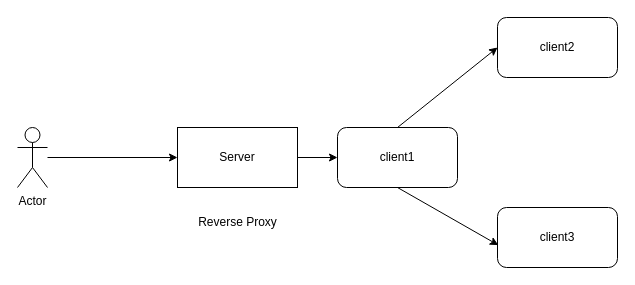
Above: page "Concept" (1 of 2) of design/concept.drawio in sku-golang-projects/reverse-proxy (draw.io), before the change. Source tidied: cells renumbered, new cells numbered last; positions are measured from the earlier drawing's top-left corner, leaving out a move shared by most shapes. Both pictures are drawn from the tidied source at 100%, with x=0, y=0 at pixel (17, 17).
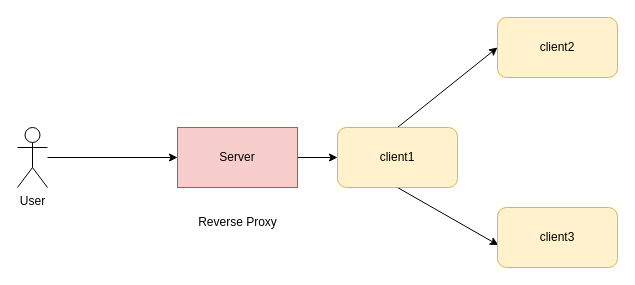
The same page after the edit.

The edit, as a diff of the source:
```diff
@@
 <mxGraphModel>
   <root>
     <mxCell id="0" />
     <mxCell id="1" parent="0" />
     <mxCell id="2" style="edgeStyle=none;html=1;entryX=0;entryY=0.5;entryDx=0;entryDy=0;exitX=0.5;exitY=0;exitDx=0;exitDy=0;" parent="1" edge="1" source="11" target="6">
       <mxGeometry relative="1" as="geometry" />
     </mxCell>
     <mxCell id="3" style="edgeStyle=none;html=1;entryX=0.007;entryY=0.627;entryDx=0;entryDy=0;entryPerimeter=0;exitX=0.5;exitY=1;exitDx=0;exitDy=0;" parent="1" edge="1" source="11" target="7">
       <mxGeometry relative="1" as="geometry" />
     </mxCell>
     <mxCell id="4" style="edgeStyle=none;html=1;entryX=0;entryY=0.5;entryDx=0;entryDy=0;" parent="1" edge="1" source="5" target="11">
       <mxGeometry relative="1" as="geometry" />
     </mxCell>
-    <mxCell id="5" value="Server" style="rounded=0;whiteSpace=wrap;html=1;" parent="1" vertex="1">
+    <mxCell id="5" value="Server" style="rounded=0;whiteSpace=wrap;html=1;fillColor=#f8cecc;strokeColor=#b85450;" parent="1" vertex="1">
       <mxGeometry x="160" y="110" width="120" height="60" as="geometry" />
     </mxCell>
-    <mxCell id="6" value="client2" style="rounded=1;whiteSpace=wrap;html=1;" parent="1" vertex="1">
+    <mxCell id="6" value="client2" style="rounded=1;whiteSpace=wrap;html=1;fillColor=#fff2cc;strokeColor=#d6b656;" parent="1" vertex="1">
       <mxGeometry x="480" width="120" height="60" as="geometry" />
     </mxCell>
-    <mxCell id="7" value="client3" style="rounded=1;whiteSpace=wrap;html=1;" parent="1" vertex="1">
+    <mxCell id="7" value="client3" style="rounded=1;whiteSpace=wrap;html=1;fillColor=#fff2cc;strokeColor=#d6b656;" parent="1" vertex="1">
       <mxGeometry x="480" y="190" width="120" height="60" as="geometry" />
     </mxCell>
     <mxCell id="8" style="edgeStyle=none;html=1;entryX=0;entryY=0.5;entryDx=0;entryDy=0;" parent="1" edge="1" source="9" target="5">
       <mxGeometry relative="1" as="geometry" />
     </mxCell>
-    <mxCell id="9" value="Actor" style="shape=umlActor;verticalLabelPosition=bottom;verticalAlign=top;html=1;outlineConnect=0;" parent="1" vertex="1">
+    <mxCell id="9" value="User" style="shape=umlActor;verticalLabelPosition=bottom;verticalAlign=top;html=1;outlineConnect=0;" parent="1" vertex="1">
       <mxGeometry y="110" width="30" height="60" as="geometry" />
     </mxCell>
     <mxCell id="10" value="Reverse Proxy" style="text;html=1;align=center;verticalAlign=middle;strokeColor=none;fillColor=none;" parent="1" vertex="1">
       <mxGeometry x="170" y="190" width="100" height="30" as="geometry" />
     </mxCell>
-    <mxCell id="11" value="client1" style="rounded=1;whiteSpace=wrap;html=1;" parent="1" vertex="1">
+    <mxCell id="11" value="client1" style="rounded=1;whiteSpace=wrap;html=1;fillColor=#fff2cc;strokeColor=#d6b656;" parent="1" vertex="1">
       <mxGeometry x="320" y="110" width="120" height="60" as="geometry" />
     </mxCell>
   </root>
 </mxGraphModel>
```
